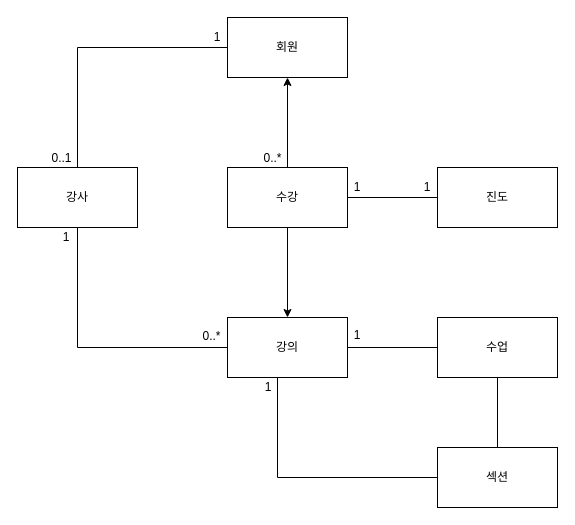
Above: 도메인모델.drawio in yongjinjung/erd (draw.io), before the change. Source tidied: cells renumbered, new cells numbered last; positions are measured from the earlier drawing's top-left corner, leaving out a move shared by most shapes. Both pictures are drawn from the tidied source at 100%, with x=0, y=0 at pixel (17, 17).
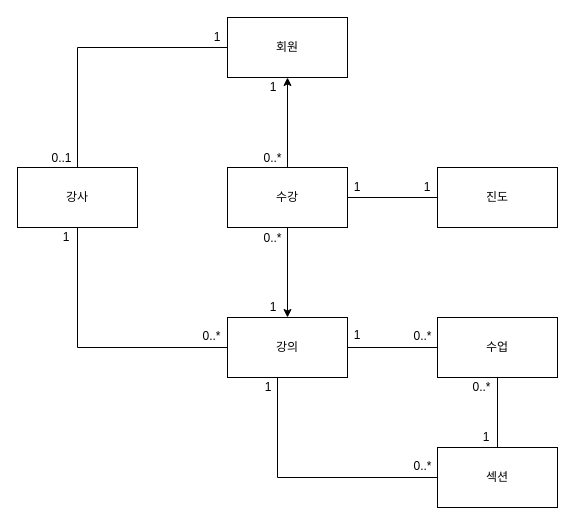
The same page after the edit.

Change to the diagram source:
```diff
@@
+    <mxCell id="26" value="0..*" style="text;html=1;align=center;verticalAlign=middle;whiteSpace=wrap;rounded=0;" parent="1" vertex="1">
+      <mxGeometry x="391" y="440" width="29" height="18" as="geometry" />
+    </mxCell>
+    <mxCell id="27" value="0..*" style="text;html=1;align=center;verticalAlign=middle;whiteSpace=wrap;rounded=0;" parent="1" vertex="1">
+      <mxGeometry x="391" y="310" width="29" height="18" as="geometry" />
+    </mxCell>
+    <mxCell id="28" value="0..*" style="text;html=1;align=center;verticalAlign=middle;whiteSpace=wrap;rounded=0;" parent="1" vertex="1">
+      <mxGeometry x="241" y="212" width="29" height="18" as="geometry" />
+    </mxCell>
+    <mxCell id="29" value="1" style="text;html=1;align=center;verticalAlign=middle;whiteSpace=wrap;rounded=0;" parent="1" vertex="1">
+      <mxGeometry x="245.5" y="280" width="20" height="20" as="geometry" />
+    </mxCell>
+    <mxCell id="30" value="0..*" style="text;html=1;align=center;verticalAlign=middle;whiteSpace=wrap;rounded=0;" parent="1" vertex="1">
+      <mxGeometry x="450" y="361" width="29" height="18" as="geometry" />
+    </mxCell>
+    <mxCell id="31" value="1" style="text;html=1;align=center;verticalAlign=middle;whiteSpace=wrap;rounded=0;" parent="1" vertex="1">
+      <mxGeometry x="459" y="410" width="20" height="20" as="geometry" />
+    </mxCell>
+    <mxCell id="32" value="1" style="text;html=1;align=center;verticalAlign=middle;whiteSpace=wrap;rounded=0;" parent="1" vertex="1">
+      <mxGeometry x="245.5" y="60" width="20" height="20" as="geometry" />
+    </mxCell>
```
